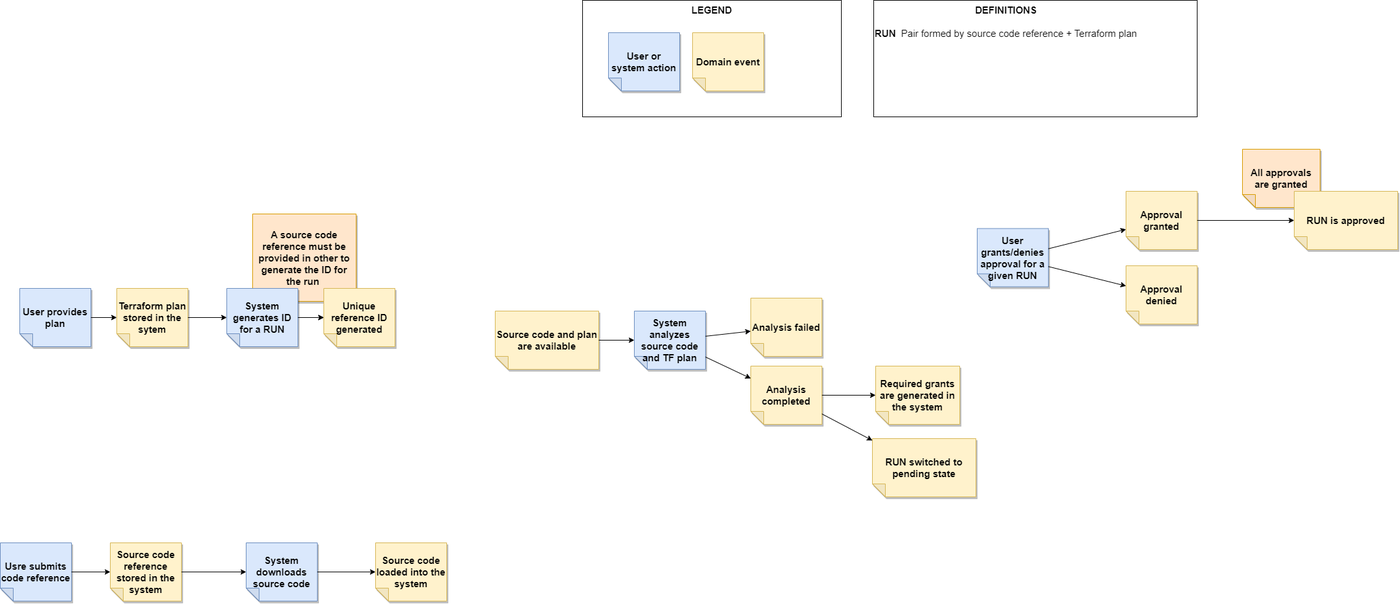
The draw.io diagram docs/use-cases.drawio.png in giovannibaratta/TerraApprove, before a commit. Source tidied: cells renumbered, new cells last; positions are measured from the earlier drawing's top-left corner, leaving out a move shared by most shapes.
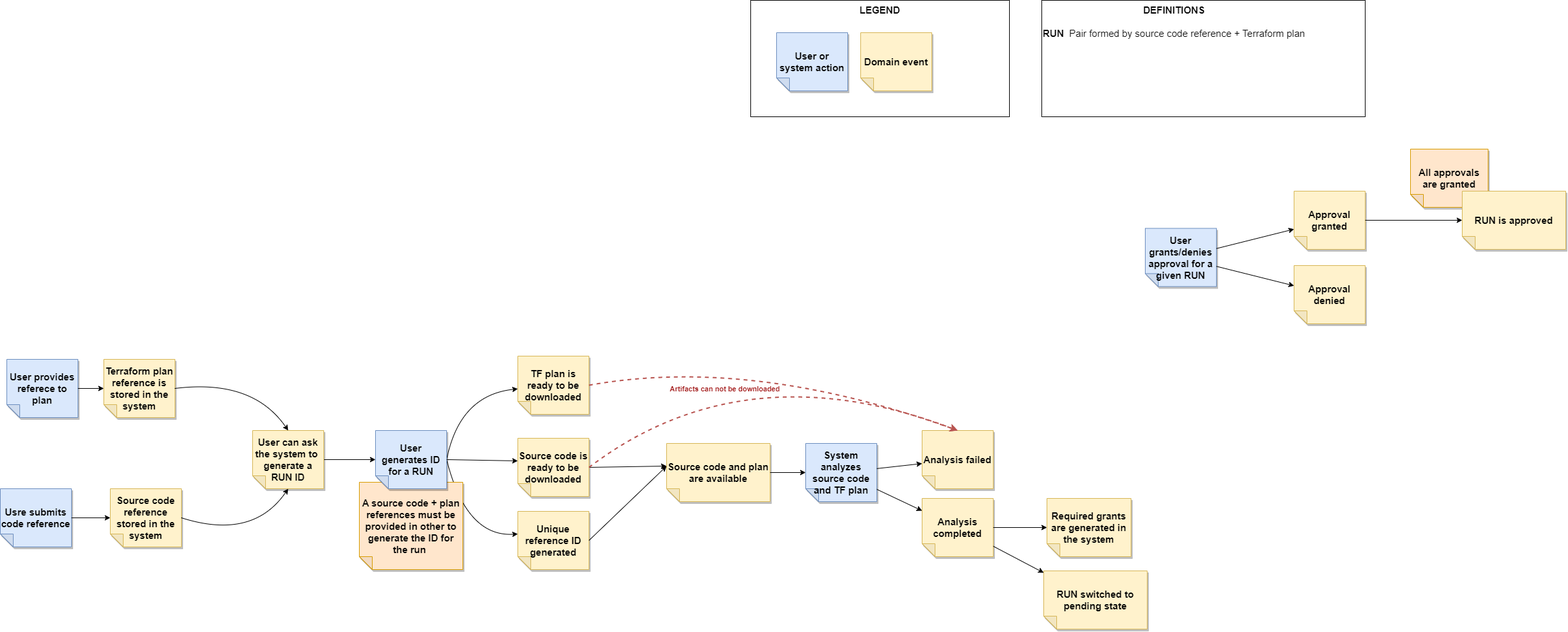
Above is the later version.

Commit message:
docs: Revisit user journey diagram

* The behaviour to provide the terraform plan has been aligned to the
  behviour to provide the source code reference.
* The RUN id is not generated anymore by the system but is explicitly
  created by the user once both the source code and the plan reference
  are loaded into the system.

What changed in the source:
```diff
@@ -2,11 +2,18 @@
   <root>
     <mxCell id="0" />
     <mxCell id="1" parent="0" />
+    <mxCell id="41" style="endArrow=classic;html=1;fontSize=15;curved=1;entryX=0;entryY=0;entryDx=110;entryDy=55;entryPerimeter=0;exitX=0;exitY=0.5;exitDx=0;exitDy=0;exitPerimeter=0;" parent="1" edge="1" source="17" target="50">
+      <mxGeometry relative="1" as="geometry">
+        <Array as="points">
+          <mxPoint x="460" y="830" />
+        </Array>
+      </mxGeometry>
+    </mxCell>
     <mxCell id="2" value="All approvals are granted" style="shape=note;whiteSpace=wrap;html=1;backgroundOutline=1;darkOpacity=0.05;fillColor=#ffe6cc;strokeColor=#d79b00;fillStyle=solid;direction=west;gradientDirection=north;shadow=1;size=20;fontStyle=1;fontSize=15;" parent="1" vertex="1">
       <mxGeometry x="1920" y="230" width="120" height="90" as="geometry" />
     </mxCell>
-    <mxCell id="3" value="A source code reference must be provided in other to generate the ID for the run&amp;nbsp;" style="shape=note;whiteSpace=wrap;html=1;backgroundOutline=1;darkOpacity=0.05;fillColor=#ffe6cc;strokeColor=#d79b00;fillStyle=solid;direction=west;gradientDirection=north;shadow=1;size=20;fontStyle=1;fontSize=15;" parent="1" vertex="1">
-      <mxGeometry x="390" y="330" width="160" height="135" as="geometry" />
+    <mxCell id="3" value="A source code + plan references must be provided in other to generate the ID for the run&amp;nbsp;" style="shape=note;whiteSpace=wrap;html=1;backgroundOutline=1;darkOpacity=0.05;fillColor=#ffe6cc;strokeColor=#d79b00;fillStyle=solid;direction=west;gradientDirection=north;shadow=1;size=20;fontStyle=1;fontSize=15;" parent="1" vertex="1">
+      <mxGeometry x="295" y="745" width="160" height="135" as="geometry" />
     </mxCell>
     <mxCell id="4" value="LEGEND" style="rounded=0;whiteSpace=wrap;html=1;fontSize=15;labelPosition=center;verticalLabelPosition=middle;align=center;verticalAlign=top;fontStyle=1;" parent="1" vertex="1">
       <mxGeometry x="900" width="400" height="180" as="geometry" />
@@ -15,22 +22,22 @@
       <mxGeometry x="1740" y="295" width="110" height="90" as="geometry" />
     </mxCell>
     <mxCell id="6" value="Source code reference stored in the system" style="shape=note;whiteSpace=wrap;html=1;backgroundOutline=1;darkOpacity=0.05;fillColor=#fff2cc;strokeColor=#d6b656;fillStyle=solid;direction=west;gradientDirection=north;shadow=1;size=20;fontStyle=1;fontSize=15;" parent="1" vertex="1">
-      <mxGeometry x="170" y="838" width="110" height="90" as="geometry" />
+      <mxGeometry x="-90" y="755" width="110" height="90" as="geometry" />
     </mxCell>
     <mxCell id="7" value="Analysis completed" style="shape=note;whiteSpace=wrap;html=1;backgroundOutline=1;darkOpacity=0.05;fillColor=#fff2cc;strokeColor=#d6b656;fillStyle=solid;direction=west;gradientDirection=north;shadow=1;size=20;fontStyle=1;fontSize=15;" parent="1" vertex="1">
-      <mxGeometry x="1160" y="565" width="110" height="90" as="geometry" />
+      <mxGeometry x="1165" y="770" width="110" height="90" as="geometry" />
     </mxCell>
-    <mxCell id="8" value="Unique reference ID generated" style="shape=note;whiteSpace=wrap;html=1;backgroundOutline=1;darkOpacity=0.05;fillColor=#fff2cc;strokeColor=#d6b656;fillStyle=solid;direction=west;gradientDirection=north;shadow=1;size=20;fontStyle=1;fontSize=15;" parent="1" vertex="1">
-      <mxGeometry x="500" y="445" width="110" height="90" as="geometry" />
+    <mxCell id="8" value="TF plan is ready to be downloaded" style="shape=note;whiteSpace=wrap;html=1;backgroundOutline=1;darkOpacity=0.05;fillColor=#fff2cc;strokeColor=#d6b656;fillStyle=solid;direction=west;gradientDirection=north;shadow=1;size=20;fontStyle=1;fontSize=15;" parent="1" vertex="1">
+      <mxGeometry x="540" y="550" width="110" height="90" as="geometry" />
     </mxCell>
     <mxCell id="9" value="Analysis failed" style="shape=note;whiteSpace=wrap;html=1;backgroundOutline=1;darkOpacity=0.05;fillColor=#fff2cc;strokeColor=#d6b656;fillStyle=solid;direction=west;gradientDirection=north;shadow=1;size=20;fontStyle=1;fontSize=15;" parent="1" vertex="1">
-      <mxGeometry x="1160" y="460" width="110" height="90" as="geometry" />
+      <mxGeometry x="1165" y="665" width="110" height="90" as="geometry" />
     </mxCell>
     <mxCell id="10" value="Approval denied" style="shape=note;whiteSpace=wrap;html=1;backgroundOutline=1;darkOpacity=0.05;fillColor=#fff2cc;strokeColor=#d6b656;fillStyle=solid;direction=west;gradientDirection=north;shadow=1;size=20;fontStyle=1;fontSize=15;" parent="1" vertex="1">
       <mxGeometry x="1740" y="410" width="110" height="90" as="geometry" />
     </mxCell>
     <mxCell id="11" value="Usre submits code reference" style="shape=note;whiteSpace=wrap;html=1;backgroundOutline=1;darkOpacity=0.05;fillColor=#dae8fc;strokeColor=#6c8ebf;fillStyle=solid;direction=west;gradientDirection=north;shadow=1;size=20;fontStyle=1;fontSize=15;" parent="1" vertex="1">
-      <mxGeometry y="838" width="110" height="90" as="geometry" />
+      <mxGeometry x="-260" y="755" width="110" height="90" as="geometry" />
     </mxCell>
     <mxCell id="12" style="endArrow=classic;html=1;fontSize=15;curved=1;" parent="1" edge="1" source="11" target="6">
       <mxGeometry relative="1" as="geometry" />
@@ -38,17 +45,15 @@
     <mxCell id="13" value="User grants/denies approval for a given RUN" style="shape=note;whiteSpace=wrap;html=1;backgroundOutline=1;darkOpacity=0.05;fillColor=#dae8fc;strokeColor=#6c8ebf;fillStyle=solid;direction=west;gradientDirection=north;shadow=1;size=20;fontStyle=1;fontSize=15;" parent="1" vertex="1">
       <mxGeometry x="1510" y="352.5" width="110" height="90" as="geometry" />
     </mxCell>
-    <mxCell id="14" value="Terraform plan stored in the sytem" style="shape=note;whiteSpace=wrap;html=1;backgroundOutline=1;darkOpacity=0.05;fillColor=#fff2cc;strokeColor=#d6b656;fillStyle=solid;direction=west;gradientDirection=north;shadow=1;size=20;fontStyle=1;fontSize=15;" parent="1" vertex="1">
-      <mxGeometry x="180" y="445" width="110" height="90" as="geometry" />
-    </mxCell>
-    <mxCell id="15" value="User provides plan" style="shape=note;whiteSpace=wrap;html=1;backgroundOutline=1;darkOpacity=0.05;fillColor=#dae8fc;strokeColor=#6c8ebf;fillStyle=solid;direction=west;gradientDirection=north;shadow=1;size=20;fontStyle=1;fontSize=15;" parent="1" vertex="1">
-      <mxGeometry x="30" y="445" width="110" height="90" as="geometry" />
-    </mxCell>
-    <mxCell id="16" style="edgeStyle=none;curved=1;html=1;fontSize=15;" parent="1" edge="1" source="17" target="8">
-      <mxGeometry relative="1" as="geometry" />
+    <mxCell id="16" style="edgeStyle=none;curved=1;html=1;fontSize=15;exitX=0;exitY=0.5;exitDx=0;exitDy=0;exitPerimeter=0;" parent="1" edge="1" source="17" target="8">
+      <mxGeometry relative="1" as="geometry">
+        <Array as="points">
+          <mxPoint x="450" y="610" />
+        </Array>
+      </mxGeometry>
     </mxCell>
-    <mxCell id="17" value="System generates ID for a RUN" style="shape=note;whiteSpace=wrap;html=1;backgroundOutline=1;darkOpacity=0.05;fillColor=#dae8fc;strokeColor=#6c8ebf;fillStyle=solid;direction=west;gradientDirection=north;shadow=1;size=20;fontStyle=1;fontSize=15;" parent="1" vertex="1">
-      <mxGeometry x="350" y="445" width="110" height="90" as="geometry" />
+    <mxCell id="17" value="User generates ID for a RUN" style="shape=note;whiteSpace=wrap;html=1;backgroundOutline=1;darkOpacity=0.05;fillColor=#dae8fc;strokeColor=#6c8ebf;fillStyle=solid;direction=west;gradientDirection=north;shadow=1;size=20;fontStyle=1;fontSize=15;" parent="1" vertex="1">
+      <mxGeometry x="320" y="665" width="110" height="90" as="geometry" />
     </mxCell>
     <mxCell id="18" style="endArrow=classic;html=1;fontSize=15;curved=1;" parent="1" edge="1" source="13" target="5">
       <mxGeometry relative="1" as="geometry" />
@@ -56,14 +61,8 @@
     <mxCell id="19" style="endArrow=classic;html=1;fontSize=15;curved=1;" parent="1" edge="1" source="13" target="10">
       <mxGeometry relative="1" as="geometry" />
     </mxCell>
-    <mxCell id="20" value="System downloads source code" style="shape=note;whiteSpace=wrap;html=1;backgroundOutline=1;darkOpacity=0.05;fillColor=#dae8fc;strokeColor=#6c8ebf;fillStyle=solid;direction=west;gradientDirection=north;shadow=1;size=20;fontStyle=1;fontSize=15;" parent="1" vertex="1">
-      <mxGeometry x="380" y="838" width="110" height="90" as="geometry" />
-    </mxCell>
-    <mxCell id="21" value="Source code loaded into the system" style="shape=note;whiteSpace=wrap;html=1;backgroundOutline=1;darkOpacity=0.05;fillColor=#fff2cc;strokeColor=#d6b656;fillStyle=solid;direction=west;gradientDirection=north;shadow=1;size=20;fontStyle=1;fontSize=15;" parent="1" vertex="1">
-      <mxGeometry x="580" y="838" width="110" height="90" as="geometry" />
-    </mxCell>
     <mxCell id="22" value="System analyzes source code and TF plan" style="shape=note;whiteSpace=wrap;html=1;backgroundOutline=1;darkOpacity=0.05;fillColor=#dae8fc;strokeColor=#6c8ebf;fillStyle=solid;direction=west;gradientDirection=north;shadow=1;size=20;fontStyle=1;fontSize=15;" parent="1" vertex="1">
-      <mxGeometry x="980" y="480" width="110" height="90" as="geometry" />
+      <mxGeometry x="985" y="685" width="110" height="90" as="geometry" />
     </mxCell>
     <mxCell id="23" value="Domain event" style="shape=note;whiteSpace=wrap;html=1;backgroundOutline=1;darkOpacity=0.05;fillColor=#fff2cc;strokeColor=#d6b656;fillStyle=solid;direction=west;gradientDirection=north;shadow=1;size=20;fontStyle=1;fontSize=15;" parent="1" vertex="1">
       <mxGeometry x="1070" y="50" width="110" height="90" as="geometry" />
@@ -71,9 +70,6 @@
     <mxCell id="24" value="User or system action" style="shape=note;whiteSpace=wrap;html=1;backgroundOutline=1;darkOpacity=0.05;fillColor=#dae8fc;strokeColor=#6c8ebf;fillStyle=solid;direction=west;gradientDirection=north;shadow=1;size=20;fontStyle=1;fontSize=15;" parent="1" vertex="1">
       <mxGeometry x="940" y="50" width="110" height="90" as="geometry" />
     </mxCell>
-    <mxCell id="25" style="endArrow=classic;html=1;fontSize=15;curved=1;" parent="1" edge="1" source="20" target="21">
-      <mxGeometry relative="1" as="geometry" />
-    </mxCell>
     <mxCell id="26" value="RUN is approved" style="shape=note;whiteSpace=wrap;html=1;backgroundOutline=1;darkOpacity=0.05;fillColor=#fff2cc;strokeColor=#d6b656;fillStyle=solid;direction=west;gradientDirection=north;shadow=1;size=20;fontStyle=1;fontSize=15;" parent="1" vertex="1">
       <mxGeometry x="2000" y="295" width="160" height="90" as="geometry" />
     </mxCell>
@@ -81,20 +77,14 @@
       <mxGeometry x="1350" width="500" height="180" as="geometry" />
     </mxCell>
     <mxCell id="28" value="RUN switched to pending state" style="shape=note;whiteSpace=wrap;html=1;backgroundOutline=1;darkOpacity=0.05;fillColor=#fff2cc;strokeColor=#d6b656;fillStyle=solid;direction=west;gradientDirection=north;shadow=1;size=20;fontStyle=1;fontSize=15;" parent="1" vertex="1">
-      <mxGeometry x="1348" y="677" width="160" height="90" as="geometry" />
+      <mxGeometry x="1353" y="882" width="160" height="90" as="geometry" />
     </mxCell>
-    <mxCell id="29" style="endArrow=classic;html=1;fontSize=15;curved=1;" parent="1" edge="1" source="6" target="20">
+    <mxCell id="29" style="endArrow=classic;html=1;fontSize=15;curved=1;exitX=0;exitY=0.5;exitDx=0;exitDy=0;exitPerimeter=0;entryX=0;entryY=0;entryDx=160;entryDy=55;entryPerimeter=0;" parent="1" edge="1" source="42" target="38">
       <mxGeometry relative="1" as="geometry" />
     </mxCell>
-    <mxCell id="30" style="endArrow=classic;html=1;fontSize=15;curved=1;" parent="1" edge="1" source="15" target="14">
-      <mxGeometry relative="1" as="geometry" />
-    </mxCell>
-    <mxCell id="31" style="endArrow=classic;html=1;fontSize=15;curved=1;" parent="1" edge="1" source="14" target="17">
+    <mxCell id="31" style="endArrow=classic;html=1;fontSize=15;curved=1;exitX=0;exitY=0.5;exitDx=0;exitDy=0;exitPerimeter=0;" parent="1" edge="1" source="47" target="17">
       <mxGeometry relative="1" as="geometry" />
     </mxCell>
-    <mxCell id="32" style="endArrow=classic;html=1;fontSize=15;curved=1;" parent="1" edge="1" source="17" target="8">
-      <mxGeometry relative="1" as="geometry" />
-    </mxCell>
     <mxCell id="33" style="endArrow=classic;html=1;fontSize=15;curved=1;" parent="1" edge="1" source="22" target="9">
       <mxGeometry relative="1" as="geometry" />
     </mxCell>
@@ -105,13 +95,13 @@
       <mxGeometry relative="1" as="geometry" />
     </mxCell>
     <mxCell id="36" value="Required grants are generated in the system" style="shape=note;whiteSpace=wrap;html=1;backgroundOutline=1;darkOpacity=0.05;fillColor=#fff2cc;strokeColor=#d6b656;fillStyle=solid;direction=west;gradientDirection=north;shadow=1;size=20;fontStyle=1;fontSize=15;" parent="1" vertex="1">
-      <mxGeometry x="1353" y="565" width="130" height="90" as="geometry" />
+      <mxGeometry x="1358" y="770" width="130" height="90" as="geometry" />
     </mxCell>
     <mxCell id="37" style="endArrow=classic;html=1;fontSize=15;curved=1;" parent="1" edge="1" source="7" target="36">
       <mxGeometry relative="1" as="geometry" />
     </mxCell>
     <mxCell id="38" value="Source code and plan are available" style="shape=note;whiteSpace=wrap;html=1;backgroundOutline=1;darkOpacity=0.05;fillColor=#fff2cc;strokeColor=#d6b656;fillStyle=solid;direction=west;gradientDirection=north;shadow=1;size=20;fontStyle=1;fontSize=15;" parent="1" vertex="1">
-      <mxGeometry x="765" y="480" width="160" height="90" as="geometry" />
+      <mxGeometry x="770" y="685" width="160" height="90" as="geometry" />
     </mxCell>
     <mxCell id="39" style="endArrow=classic;html=1;fontSize=15;curved=1;" parent="1" edge="1" source="38" target="22">
       <mxGeometry relative="1" as="geometry" />
@@ -119,5 +109,62 @@
     <mxCell id="40" style="endArrow=classic;html=1;fontSize=15;curved=1;" parent="1" edge="1" source="7" target="28">
       <mxGeometry relative="1" as="geometry" />
     </mxCell>
+    <mxCell id="42" value="Source code is ready to be downloaded" style="shape=note;whiteSpace=wrap;html=1;backgroundOutline=1;darkOpacity=0.05;fillColor=#fff2cc;strokeColor=#d6b656;fillStyle=solid;direction=west;gradientDirection=north;shadow=1;size=20;fontStyle=1;fontSize=15;" parent="1" vertex="1">
+      <mxGeometry x="540" y="677" width="110" height="90" as="geometry" />
+    </mxCell>
+    <mxCell id="43" style="endArrow=classic;html=1;fontSize=15;curved=1;exitX=0;exitY=0.5;exitDx=0;exitDy=0;exitPerimeter=0;entryX=0.5;entryY=0;entryDx=0;entryDy=0;entryPerimeter=0;" parent="1" edge="1" source="6" target="47">
+      <mxGeometry relative="1" as="geometry">
+        <Array as="points">
+          <mxPoint x="130" y="835" />
+        </Array>
+      </mxGeometry>
+    </mxCell>
+    <mxCell id="44" value="Terraform plan reference is stored in the system" style="shape=note;whiteSpace=wrap;html=1;backgroundOutline=1;darkOpacity=0.05;fillColor=#fff2cc;strokeColor=#d6b656;fillStyle=solid;direction=west;gradientDirection=north;shadow=1;size=20;fontStyle=1;fontSize=15;" parent="1" vertex="1">
+      <mxGeometry x="-100" y="555" width="110" height="90" as="geometry" />
+    </mxCell>
+    <mxCell id="45" value="User provides referece to plan" style="shape=note;whiteSpace=wrap;html=1;backgroundOutline=1;darkOpacity=0.05;fillColor=#dae8fc;strokeColor=#6c8ebf;fillStyle=solid;direction=west;gradientDirection=north;shadow=1;size=20;fontStyle=1;fontSize=15;" parent="1" vertex="1">
+      <mxGeometry x="-250" y="555" width="110" height="90" as="geometry" />
+    </mxCell>
+    <mxCell id="46" style="endArrow=classic;html=1;fontSize=15;curved=1;" parent="1" edge="1" source="45" target="44">
+      <mxGeometry relative="1" as="geometry" />
+    </mxCell>
+    <mxCell id="47" value="User can ask the system to&amp;nbsp; generate a RUN ID" style="shape=note;whiteSpace=wrap;html=1;backgroundOutline=1;darkOpacity=0.05;fillColor=#fff2cc;strokeColor=#d6b656;fillStyle=solid;direction=west;gradientDirection=north;shadow=1;size=20;fontStyle=1;fontSize=15;" parent="1" vertex="1">
+      <mxGeometry x="130" y="665" width="110" height="90" as="geometry" />
+    </mxCell>
+    <mxCell id="48" style="endArrow=classic;html=1;fontSize=15;curved=1;exitX=0;exitY=0.5;exitDx=0;exitDy=0;exitPerimeter=0;entryX=0.5;entryY=1;entryDx=0;entryDy=0;entryPerimeter=0;" parent="1" edge="1" source="44" target="47">
+      <mxGeometry relative="1" as="geometry">
+        <Array as="points">
+          <mxPoint x="130" y="585" />
+        </Array>
+      </mxGeometry>
+    </mxCell>
+    <mxCell id="49" style="endArrow=classic;html=1;fontSize=15;curved=1;entryX=0;entryY=0;entryDx=110;entryDy=55;entryPerimeter=0;exitX=0;exitY=0.5;exitDx=0;exitDy=0;exitPerimeter=0;" parent="1" edge="1" source="17" target="42">
+      <mxGeometry relative="1" as="geometry" />
+    </mxCell>
+    <mxCell id="50" value="Unique reference ID generated" style="shape=note;whiteSpace=wrap;html=1;backgroundOutline=1;darkOpacity=0.05;fillColor=#fff2cc;strokeColor=#d6b656;fillStyle=solid;direction=west;gradientDirection=north;shadow=1;size=20;fontStyle=1;fontSize=15;" parent="1" vertex="1">
+      <mxGeometry x="540" y="790" width="110" height="90" as="geometry" />
+    </mxCell>
+    <mxCell id="51" style="endArrow=classic;html=1;fontSize=15;curved=1;exitX=0;exitY=0.5;exitDx=0;exitDy=0;exitPerimeter=0;entryX=0;entryY=0;entryDx=160;entryDy=55;entryPerimeter=0;" parent="1" edge="1" source="50" target="38">
+      <mxGeometry relative="1" as="geometry" />
+    </mxCell>
+    <mxCell id="52" style="endArrow=classic;html=1;fontSize=15;curved=1;exitX=0;exitY=0.5;exitDx=0;exitDy=0;exitPerimeter=0;entryX=0.5;entryY=1;entryDx=0;entryDy=0;entryPerimeter=0;fillColor=#f8cecc;strokeColor=#b85450;strokeWidth=2;dashed=1;" parent="1" edge="1" source="42" target="9">
+      <mxGeometry relative="1" as="geometry">
+        <Array as="points">
+          <mxPoint x="890" y="540" />
+        </Array>
+      </mxGeometry>
+    </mxCell>
+    <mxCell id="53" style="endArrow=classic;html=1;fontSize=15;curved=1;exitX=0;exitY=0.5;exitDx=0;exitDy=0;exitPerimeter=0;fillColor=#f8cecc;strokeColor=#b85450;strokeWidth=2;dashed=1;entryX=0.5;entryY=1;entryDx=0;entryDy=0;entryPerimeter=0;" parent="1" edge="1" source="8" target="9">
+      <mxGeometry relative="1" as="geometry">
+        <Array as="points">
+          <mxPoint x="900" y="550" />
+        </Array>
+      </mxGeometry>
+    </mxCell>
+    <mxCell id="54" value="Artifacts can not be downloaded" style="edgeLabel;html=1;align=center;verticalAlign=middle;fontStyle=1;fontColor=#990000;" parent="53" vertex="1">
+      <mxGeometry x="-0.34" y="-20" relative="1" as="geometry">
+        <mxPoint x="14" y="20" as="offset" />
+      </mxGeometry>
+    </mxCell>
   </root>
 </mxGraphModel>
```
